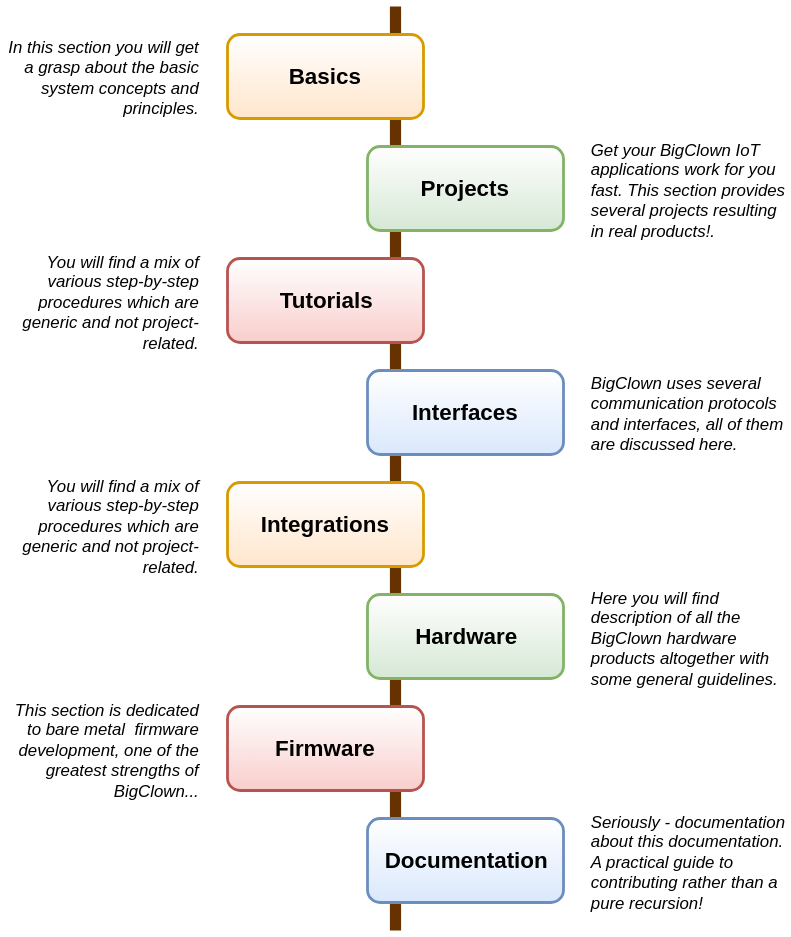
Above: static/doc/overview.svg in hardwario/bc-website (draw.io), before the change. Source tidied: cells renumbered, new cells last; positions are measured from the earlier drawing's top-left corner, leaving out a move shared by most shapes. Its diagram source:
```xml
<mxGraphModel background="#ffffff">
  <root>
    <mxCell id="0" />
    <mxCell id="1" parent="0" />
    <mxCell id="2" style="endArrow=none;html=1;strokeWidth=8;strokeColor=#663300;" parent="1" edge="1">
      <mxGeometry relative="1" as="geometry">
        <mxPoint x="280" y="660" as="sourcePoint" />
        <mxPoint x="280" as="targetPoint" />
      </mxGeometry>
    </mxCell>
    <mxCell id="3" value="Projects" style="rounded=1;whiteSpace=wrap;html=1;fillColor=#d5e8d4;strokeColor=#82b366;gradientDirection=north;strokeWidth=2;fontSize=16;fontStyle=1;gradientColor=#ffffff;" parent="1" vertex="1">
      <mxGeometry x="260" y="100" width="140" height="60" as="geometry" />
    </mxCell>
    <mxCell id="4" value="Basics" style="rounded=1;whiteSpace=wrap;html=1;fillColor=#ffe6cc;strokeColor=#d79b00;gradientColor=#ffffff;gradientDirection=north;strokeWidth=2;fontSize=16;fontStyle=1;" parent="1" vertex="1">
      <mxGeometry x="160" y="20" width="140" height="60" as="geometry" />
    </mxCell>
    <mxCell id="5" value="Tutorials" style="rounded=1;whiteSpace=wrap;html=1;fillColor=#f8cecc;strokeColor=#b85450;gradientDirection=north;strokeWidth=2;fontSize=16;fontStyle=1;gradientColor=#ffffff;" parent="1" vertex="1">
      <mxGeometry x="160" y="180" width="140" height="60" as="geometry" />
    </mxCell>
    <mxCell id="6" value="Interfaces" style="rounded=1;whiteSpace=wrap;html=1;fillColor=#dae8fc;strokeColor=#6c8ebf;gradientDirection=north;strokeWidth=2;fontSize=16;fontStyle=1;gradientColor=#ffffff;" parent="1" vertex="1">
      <mxGeometry x="260" y="260" width="140" height="60" as="geometry" />
    </mxCell>
    <mxCell id="7" value="Integrations" style="rounded=1;whiteSpace=wrap;html=1;fillColor=#ffe6cc;strokeColor=#d79b00;gradientColor=#ffffff;gradientDirection=north;strokeWidth=2;fontSize=16;fontStyle=1;" parent="1" vertex="1">
      <mxGeometry x="160" y="340" width="140" height="60" as="geometry" />
    </mxCell>
    <mxCell id="8" value="Hardware" style="rounded=1;whiteSpace=wrap;html=1;fillColor=#d5e8d4;strokeColor=#82b366;gradientDirection=north;strokeWidth=2;fontSize=16;fontStyle=1;gradientColor=#ffffff;" parent="1" vertex="1">
      <mxGeometry x="260" y="420" width="140" height="60" as="geometry" />
    </mxCell>
    <mxCell id="9" value="Firmware" style="rounded=1;whiteSpace=wrap;html=1;fillColor=#f8cecc;strokeColor=#b85450;gradientDirection=north;strokeWidth=2;fontSize=16;fontStyle=1;gradientColor=#ffffff;" parent="1" vertex="1">
      <mxGeometry x="160" y="500" width="140" height="60" as="geometry" />
    </mxCell>
    <mxCell id="10" value="Documentation" style="rounded=1;whiteSpace=wrap;html=1;fillColor=#dae8fc;strokeColor=#6c8ebf;gradientDirection=north;strokeWidth=2;fontSize=16;fontStyle=1;gradientColor=#ffffff;" parent="1" vertex="1">
      <mxGeometry x="260" y="580" width="140" height="60" as="geometry" />
    </mxCell>
    <mxCell id="11" value="In this section you will get a grasp about the basic system concepts and principles." style="text;html=1;strokeColor=none;fillColor=none;align=right;verticalAlign=middle;whiteSpace=wrap;rounded=0;fontFamily=Helvetica;fontSize=12;spacing=0;fontStyle=2;" parent="1" vertex="1">
      <mxGeometry y="10" width="140" height="80" as="geometry" />
    </mxCell>
    <mxCell id="12" value="Get your BigClown IoT applications work for you fast. This section provides several projects resulting in real products!." style="text;html=1;strokeColor=none;fillColor=none;align=left;verticalAlign=middle;whiteSpace=wrap;rounded=0;fontFamily=Helvetica;fontSize=12;spacing=0;fontStyle=2;" parent="1" vertex="1">
      <mxGeometry x="420" y="90" width="140" height="80" as="geometry" />
    </mxCell>
    <mxCell id="13" value="Seriously - documentation about this documentation. A practical guide to contributing rather than a pure recursion!" style="text;html=1;strokeColor=none;fillColor=none;align=left;verticalAlign=middle;whiteSpace=wrap;rounded=0;fontFamily=Helvetica;fontSize=12;spacing=0;fontStyle=2;" parent="1" vertex="1">
      <mxGeometry x="420" y="570" width="140" height="80" as="geometry" />
    </mxCell>
    <mxCell id="14" value="This section is dedicated to bare metal&amp;nbsp; firmware development, one of the greatest strengths of BigClown..." style="text;html=1;strokeColor=none;fillColor=none;align=right;verticalAlign=middle;whiteSpace=wrap;rounded=0;fontFamily=Helvetica;fontSize=12;spacing=0;fontStyle=2;" parent="1" vertex="1">
      <mxGeometry y="490" width="140" height="80" as="geometry" />
    </mxCell>
    <mxCell id="15" value="Here you will find description of all the BigClown hardware products altogether with some general guidelines." style="text;html=1;strokeColor=none;fillColor=none;align=left;verticalAlign=middle;whiteSpace=wrap;rounded=0;fontFamily=Helvetica;fontSize=12;spacing=0;fontStyle=2;" parent="1" vertex="1">
      <mxGeometry x="420" y="410" width="140" height="80" as="geometry" />
    </mxCell>
    <mxCell id="16" value="You will find a mix of various step-by-step procedures which are generic and not project-related." style="text;html=1;strokeColor=none;fillColor=none;align=right;verticalAlign=middle;whiteSpace=wrap;rounded=0;fontFamily=Helvetica;fontSize=12;spacing=0;fontStyle=2;" parent="1" vertex="1">
      <mxGeometry y="170" width="140" height="80" as="geometry" />
    </mxCell>
    <mxCell id="17" value="You will find a mix of various step-by-step procedures which are generic and not project-related." style="text;html=1;strokeColor=none;fillColor=none;align=right;verticalAlign=middle;whiteSpace=wrap;rounded=0;fontFamily=Helvetica;fontSize=12;spacing=0;fontStyle=2;" parent="1" vertex="1">
      <mxGeometry y="330" width="140" height="80" as="geometry" />
    </mxCell>
    <mxCell id="18" value="BigClown uses several communication protocols and interfaces, all of them are discussed here." style="text;html=1;strokeColor=none;fillColor=none;align=left;verticalAlign=middle;whiteSpace=wrap;rounded=0;fontFamily=Helvetica;fontSize=12;spacing=0;fontStyle=2;" parent="1" vertex="1">
      <mxGeometry x="420" y="250" width="140" height="80" as="geometry" />
    </mxCell>
  </root>
</mxGraphModel>
```
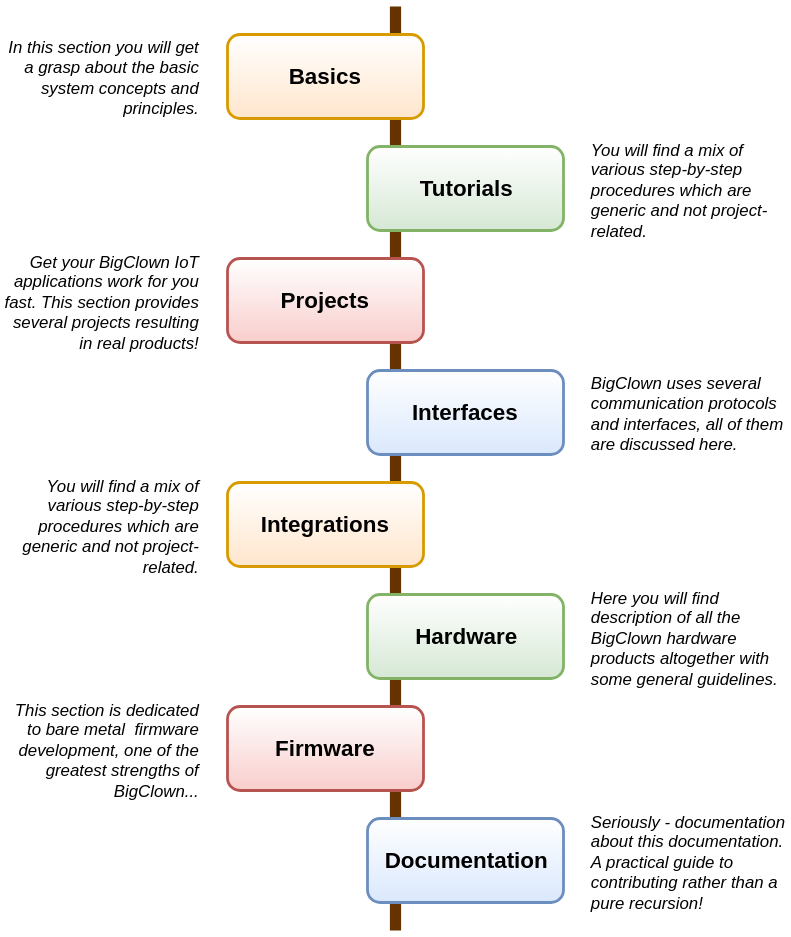
The same file after the commit.

Commit message:
Update welcome overview figure

Diff of the diagram source:
```diff
@@ -1,21 +1,21 @@
-<mxGraphModel background="#ffffff">
+<mxGraphModel>
   <root>
     <mxCell id="0" />
     <mxCell id="1" parent="0" />
-    <mxCell id="2" style="endArrow=none;html=1;strokeWidth=8;strokeColor=#663300;" parent="1" edge="1">
-      <mxGeometry relative="1" as="geometry">
-        <mxPoint x="280" y="660" as="sourcePoint" />
-        <mxPoint x="280" as="targetPoint" />
-      </mxGeometry>
-    </mxCell>
+    <mxCell id="19" style="endArrow=none;html=1;strokeWidth=8;strokeColor=#663300;" parent="1" edge="1">
+      <mxGeometry relative="1" as="geometry">
+        <mxPoint x="280" y="660" as="sourcePoint" />
+        <mxPoint x="280" as="targetPoint" />
+      </mxGeometry>
+    </mxCell>
-    <mxCell id="3" value="Projects" style="rounded=1;whiteSpace=wrap;html=1;fillColor=#d5e8d4;strokeColor=#82b366;gradientDirection=north;strokeWidth=2;fontSize=16;fontStyle=1;gradientColor=#ffffff;" parent="1" vertex="1">
-      <mxGeometry x="260" y="100" width="140" height="60" as="geometry" />
+    <mxCell id="3" value="Projects" style="rounded=1;whiteSpace=wrap;html=1;fillColor=#f8cecc;strokeColor=#b85450;gradientDirection=north;strokeWidth=2;fontSize=16;fontStyle=1;gradientColor=#ffffff;" parent="1" vertex="1">
+      <mxGeometry x="160" y="180" width="140" height="60" as="geometry" />
     </mxCell>
     <mxCell id="4" value="Basics" style="rounded=1;whiteSpace=wrap;html=1;fillColor=#ffe6cc;strokeColor=#d79b00;gradientColor=#ffffff;gradientDirection=north;strokeWidth=2;fontSize=16;fontStyle=1;" parent="1" vertex="1">
       <mxGeometry x="160" y="20" width="140" height="60" as="geometry" />
     </mxCell>
-    <mxCell id="5" value="Tutorials" style="rounded=1;whiteSpace=wrap;html=1;fillColor=#f8cecc;strokeColor=#b85450;gradientDirection=north;strokeWidth=2;fontSize=16;fontStyle=1;gradientColor=#ffffff;" parent="1" vertex="1">
-      <mxGeometry x="160" y="180" width="140" height="60" as="geometry" />
+    <mxCell id="5" value="Tutorials" style="rounded=1;whiteSpace=wrap;html=1;fillColor=#d5e8d4;strokeColor=#82b366;gradientDirection=north;strokeWidth=2;fontSize=16;fontStyle=1;gradientColor=#ffffff;" parent="1" vertex="1">
+      <mxGeometry x="260" y="100" width="140" height="60" as="geometry" />
     </mxCell>
     <mxCell id="6" value="Interfaces" style="rounded=1;whiteSpace=wrap;html=1;fillColor=#dae8fc;strokeColor=#6c8ebf;gradientDirection=north;strokeWidth=2;fontSize=16;fontStyle=1;gradientColor=#ffffff;" parent="1" vertex="1">
       <mxGeometry x="260" y="260" width="140" height="60" as="geometry" />
@@ -35,9 +35,9 @@
     <mxCell id="11" value="In this section you will get a grasp about the basic system concepts and principles." style="text;html=1;strokeColor=none;fillColor=none;align=right;verticalAlign=middle;whiteSpace=wrap;rounded=0;fontFamily=Helvetica;fontSize=12;spacing=0;fontStyle=2;" parent="1" vertex="1">
       <mxGeometry y="10" width="140" height="80" as="geometry" />
     </mxCell>
-    <mxCell id="12" value="Get your BigClown IoT applications work for you fast. This section provides several projects resulting in real products!." style="text;html=1;strokeColor=none;fillColor=none;align=left;verticalAlign=middle;whiteSpace=wrap;rounded=0;fontFamily=Helvetica;fontSize=12;spacing=0;fontStyle=2;" parent="1" vertex="1">
-      <mxGeometry x="420" y="90" width="140" height="80" as="geometry" />
-    </mxCell>
+    <mxCell id="20" value="Get your BigClown IoT applications work for you fast. This section provides several projects resulting in real products!" style="text;html=1;strokeColor=none;fillColor=none;align=right;verticalAlign=middle;whiteSpace=wrap;rounded=0;fontFamily=Helvetica;fontSize=12;spacing=0;fontStyle=2;" parent="1" vertex="1">
+      <mxGeometry y="170" width="140" height="80" as="geometry" />
+    </mxCell>
     <mxCell id="13" value="Seriously - documentation about this documentation. A practical guide to contributing rather than a pure recursion!" style="text;html=1;strokeColor=none;fillColor=none;align=left;verticalAlign=middle;whiteSpace=wrap;rounded=0;fontFamily=Helvetica;fontSize=12;spacing=0;fontStyle=2;" parent="1" vertex="1">
       <mxGeometry x="420" y="570" width="140" height="80" as="geometry" />
     </mxCell>
@@ -47,8 +47,8 @@
     <mxCell id="15" value="Here you will find description of all the BigClown hardware products altogether with some general guidelines." style="text;html=1;strokeColor=none;fillColor=none;align=left;verticalAlign=middle;whiteSpace=wrap;rounded=0;fontFamily=Helvetica;fontSize=12;spacing=0;fontStyle=2;" parent="1" vertex="1">
       <mxGeometry x="420" y="410" width="140" height="80" as="geometry" />
     </mxCell>
-    <mxCell id="16" value="You will find a mix of various step-by-step procedures which are generic and not project-related." style="text;html=1;strokeColor=none;fillColor=none;align=right;verticalAlign=middle;whiteSpace=wrap;rounded=0;fontFamily=Helvetica;fontSize=12;spacing=0;fontStyle=2;" parent="1" vertex="1">
-      <mxGeometry y="170" width="140" height="80" as="geometry" />
+    <mxCell id="16" value="You will find a mix of various step-by-step procedures which are generic and not project-related." style="text;html=1;strokeColor=none;fillColor=none;align=left;verticalAlign=middle;whiteSpace=wrap;rounded=0;fontFamily=Helvetica;fontSize=12;spacing=0;fontStyle=2;" parent="1" vertex="1">
+      <mxGeometry x="420" y="90" width="140" height="80" as="geometry" />
     </mxCell>
     <mxCell id="17" value="You will find a mix of various step-by-step procedures which are generic and not project-related." style="text;html=1;strokeColor=none;fillColor=none;align=right;verticalAlign=middle;whiteSpace=wrap;rounded=0;fontFamily=Helvetica;fontSize=12;spacing=0;fontStyle=2;" parent="1" vertex="1">
       <mxGeometry y="330" width="140" height="80" as="geometry" />
```
